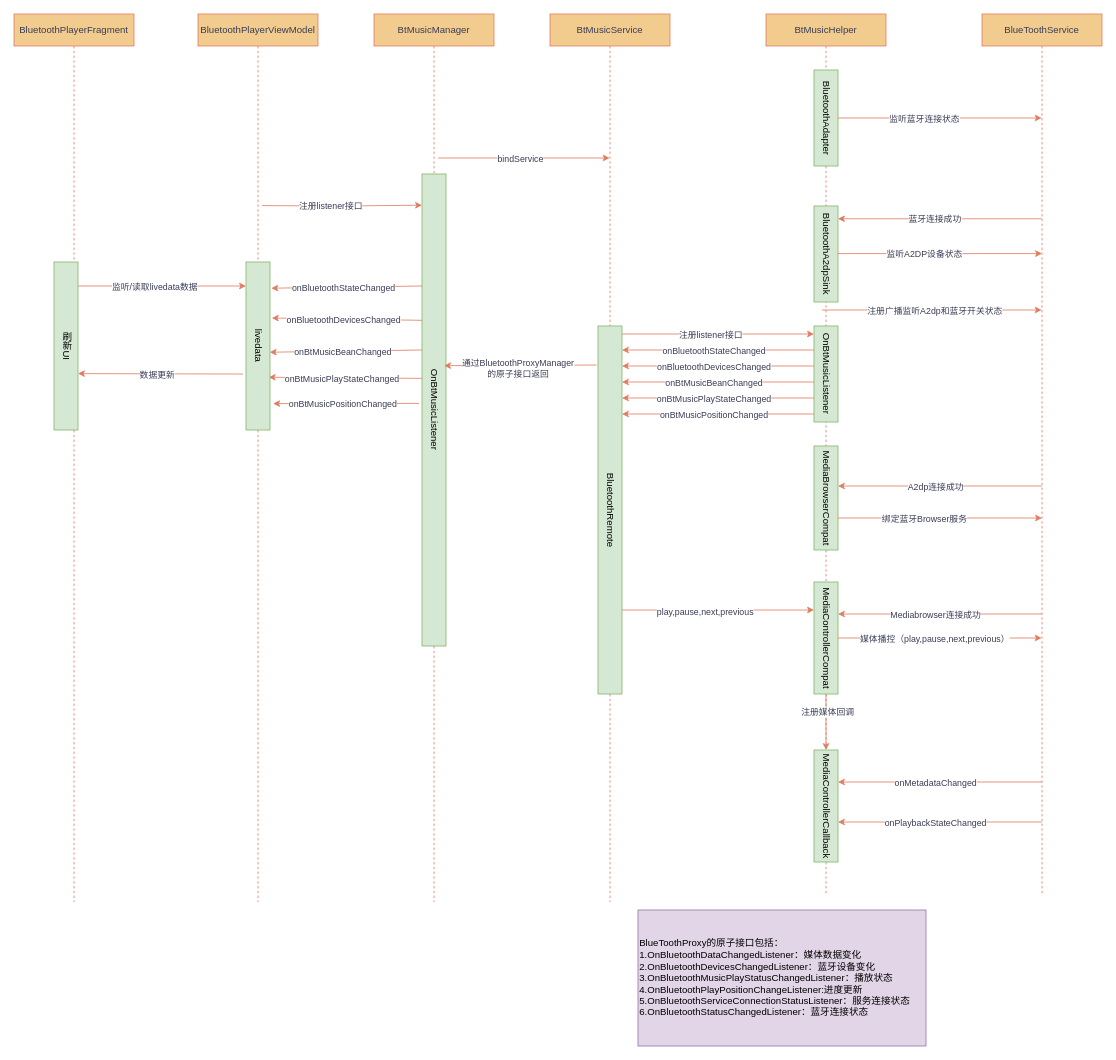
This is page "蓝牙音乐工作流程" (2 of 12) of 未命名绘图.drawio from NewPlayerAndroid/Latest-Interview, a draw.io file, before an edit. Source tidied: cells renumbered, new cells numbered last; positions are measured from the earlier drawing's top-left corner, leaving out a move shared by most shapes. Both pictures are drawn from the tidied source at 80%, with x=0, y=0 at pixel (14, 14).
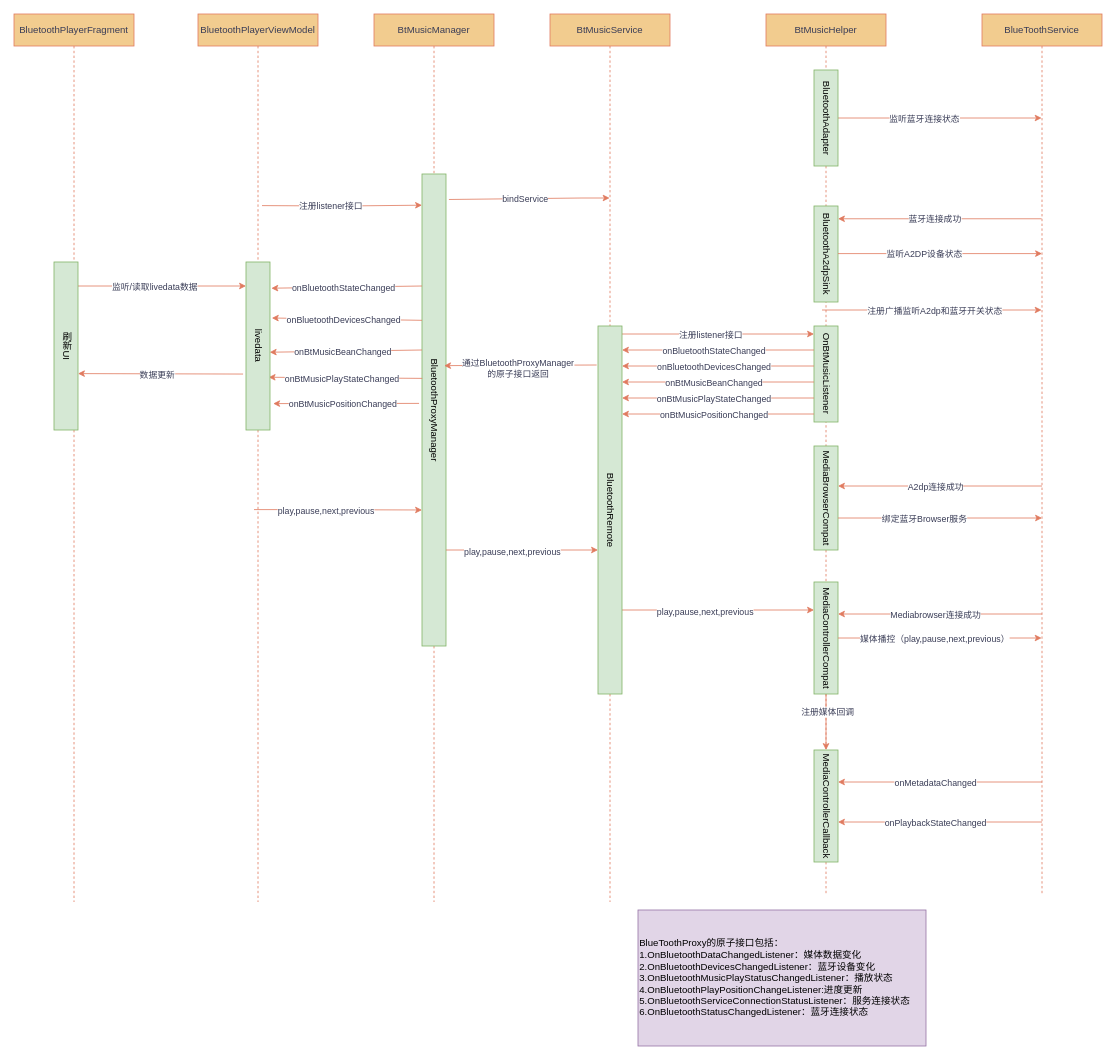
The same page after the edit.

Commit message:
更新未命名绘图.drawio

The change refers to these unchanged cells:
```xml
<mxCell id="34" value="BtMusicService" style="shape=umlLifeline;perimeter=lifelinePerimeter;whiteSpace=wrap;html=1;outlineConnect=0;portConstraint=eastwest;newEdgeStyle={&quot;curved&quot;:0,&quot;rounded&quot;:0};labelBackgroundColor=none;fillColor=#F2CC8F;strokeColor=#E07A5F;fontColor=#393C56;" parent="1" vertex="1">
  <mxGeometry x="670" width="150" height="1110" as="geometry" />
</mxCell>
```

Diff of the diagram source:
```diff
@@
-    <mxCell id="51" style="endArrow=classic;html=1;rounded=0;strokeColor=#E07A5F;fontColor=#393C56;fillColor=#F2CC8F;" parent="1" edge="1" target="34">
+    <mxCell id="51" style="endArrow=classic;html=1;rounded=0;strokeColor=#E07A5F;fontColor=#393C56;fillColor=#F2CC8F;exitX=1.122;exitY=0.054;exitDx=0;exitDy=0;exitPerimeter=0;" parent="1" edge="1" source="53" target="34">
       <mxGeometry relative="1" as="geometry">
-        <mxPoint x="530" y="180" as="sourcePoint" />
+        <Array as="points">
+          <mxPoint x="710" y="230" />
+        </Array>
       </mxGeometry>
     </mxCell>
@@
-    <mxCell id="53" value="OnBtMusicListener" style="rounded=0;whiteSpace=wrap;html=1;align=center;labelBackgroundColor=none;fillColor=#d5e8d4;strokeColor=#82b366;textDirection=vertical-lr;" parent="1" vertex="1">
+    <mxCell id="53" value="BluetoothProxyManager" style="rounded=0;whiteSpace=wrap;html=1;align=center;labelBackgroundColor=none;fillColor=#d5e8d4;strokeColor=#82b366;textDirection=vertical-lr;" parent="1" vertex="1">
       <mxGeometry x="510" y="200" width="30" height="590" as="geometry" />
     </mxCell>
@@
+    <mxCell id="75" style="edgeStyle=orthogonalEdgeStyle;rounded=0;orthogonalLoop=1;jettySize=auto;html=1;strokeColor=#E07A5F;fontColor=#393C56;fillColor=#F2CC8F;" parent="1" edge="1">
+      <mxGeometry relative="1" as="geometry">
+        <mxPoint x="300" y="619.5" as="sourcePoint" />
+        <mxPoint x="510" y="620" as="targetPoint" />
+        <Array as="points">
+          <mxPoint x="360" y="619.5" />
+          <mxPoint x="360" y="619.5" />
+        </Array>
+      </mxGeometry>
+    </mxCell>
+    <mxCell id="76" value="play,pause,next,previous" style="edgeLabel;html=1;align=center;verticalAlign=middle;strokeColor=#E07A5F;fontColor=#393C56;fillColor=#F2CC8F;" parent="75" vertex="1">
+      <mxGeometry x="-0.14" y="-2" relative="1" as="geometry" />
+    </mxCell>
+    <mxCell id="77" style="edgeStyle=orthogonalEdgeStyle;rounded=0;orthogonalLoop=1;jettySize=auto;html=1;strokeColor=#E07A5F;fontColor=#393C56;fillColor=#F2CC8F;" parent="1" edge="1">
+      <mxGeometry relative="1" as="geometry">
+        <mxPoint x="540" y="670" as="sourcePoint" />
+        <mxPoint x="730" y="670" as="targetPoint" />
+        <Array as="points">
+          <mxPoint x="600" y="670" />
+          <mxPoint x="600" y="670" />
+        </Array>
+      </mxGeometry>
+    </mxCell>
+    <mxCell id="78" value="play,pause,next,previous" style="edgeLabel;html=1;align=center;verticalAlign=middle;strokeColor=#E07A5F;fontColor=#393C56;fillColor=#F2CC8F;" parent="77" vertex="1">
+      <mxGeometry x="-0.14" y="-2" relative="1" as="geometry" />
+    </mxCell>
```
